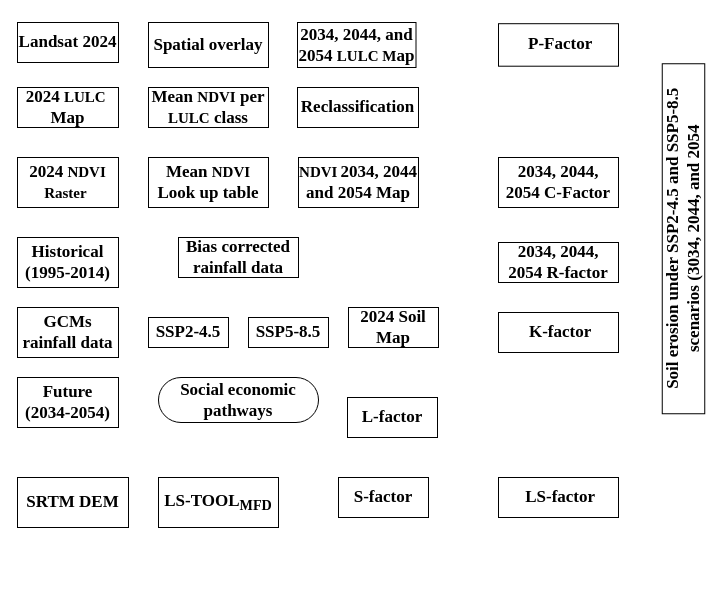
The draw.io diagram lastobj.drawio in yemioke/PRISMA2020, before the edit. Source tidied: cells renumbered, new cells numbered last; positions are measured from the earlier drawing's top-left corner, leaving out a move shared by most shapes. Both pictures are drawn from the tidied source at 100%, with x=0, y=0 at pixel (17, 22).
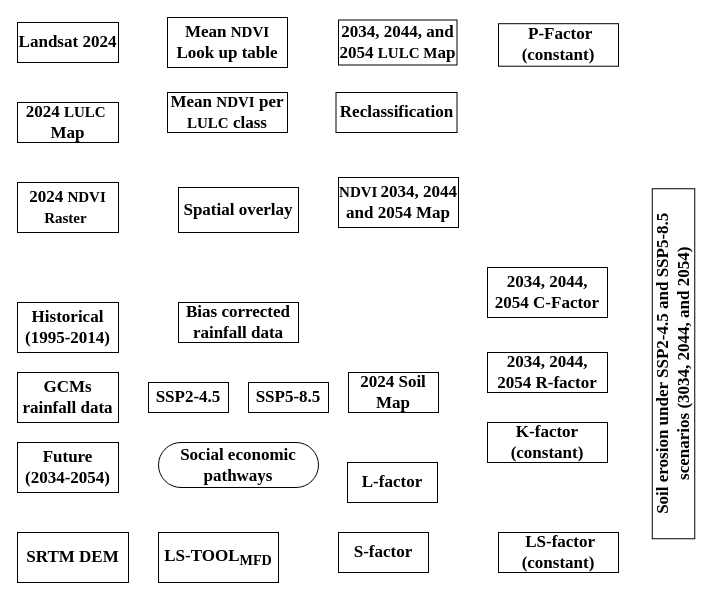
The same page after the edit.

The edit, as a diff of the source:
```diff
@@
     <mxCell id="3" value="&lt;font face=&quot;Times New Roman&quot; style=&quot;&quot;&gt;&lt;b style=&quot;&quot;&gt;&lt;span style=&quot;font-size: 17px;&quot;&gt;2024 &lt;/span&gt;&lt;font style=&quot;font-size: 15px;&quot;&gt;NDVI Raster&lt;/font&gt;&lt;span style=&quot;font-size: 17px;&quot;&gt;&amp;nbsp;&lt;/span&gt;&lt;/b&gt;&lt;/font&gt;" style="rounded=0;whiteSpace=wrap;html=1;rotation=0;" parent="1" vertex="1">
-      <mxGeometry y="135" width="101" height="50" as="geometry" />
+      <mxGeometry y="160" width="101" height="50" as="geometry" />
     </mxCell>
     <mxCell id="4" value="&lt;font face=&quot;Times New Roman&quot; style=&quot;&quot;&gt;&lt;b style=&quot;&quot;&gt;&lt;span style=&quot;font-size: 17px;&quot;&gt;2024 &lt;/span&gt;&lt;font style=&quot;font-size: 15px;&quot;&gt;LULC&amp;nbsp;&lt;/font&gt;&lt;span style=&quot;font-size: 17px;&quot;&gt; Map&lt;/span&gt;&lt;/b&gt;&lt;/font&gt;" style="rounded=0;whiteSpace=wrap;html=1;rotation=0;" parent="1" vertex="1">
-      <mxGeometry y="65" width="101" height="40" as="geometry" />
+      <mxGeometry y="80" width="101" height="40" as="geometry" />
     </mxCell>
-    <mxCell id="5" value="&lt;font face=&quot;Times New Roman&quot; style=&quot;font-size: 17px;&quot;&gt;&lt;b style=&quot;&quot;&gt;Spatial overlay&lt;/b&gt;&lt;/font&gt;" style="rounded=0;whiteSpace=wrap;html=1;" parent="1" vertex="1">
-      <mxGeometry x="131" width="120" height="45" as="geometry" />
-    </mxCell>
     <mxCell id="6" value="&lt;font face=&quot;Times New Roman&quot; style=&quot;&quot;&gt;&lt;b style=&quot;&quot;&gt;&lt;span style=&quot;font-size: 17px;&quot;&gt;Mean &lt;/span&gt;&lt;font style=&quot;font-size: 15px;&quot;&gt;NDVI&lt;/font&gt;&lt;span style=&quot;font-size: 17px;&quot;&gt; per &lt;/span&gt;&lt;font style=&quot;font-size: 15px;&quot;&gt;LULC&lt;/font&gt;&lt;span style=&quot;font-size: 17px;&quot;&gt; class&lt;/span&gt;&lt;/b&gt;&lt;/font&gt;" style="rounded=0;whiteSpace=wrap;html=1;" parent="1" vertex="1">
-      <mxGeometry x="131" y="65" width="120" height="40" as="geometry" />
+      <mxGeometry x="150" y="70" width="120" height="40" as="geometry" />
     </mxCell>
     <mxCell id="7" value="&lt;font face=&quot;Times New Roman&quot; style=&quot;&quot;&gt;&lt;b style=&quot;&quot;&gt;&lt;span style=&quot;font-size: 17px;&quot;&gt;Mean &lt;/span&gt;&lt;font style=&quot;font-size: 15px;&quot;&gt;NDVI&lt;/font&gt;&lt;span style=&quot;font-size: 17px;&quot;&gt; Look up table&lt;/span&gt;&lt;/b&gt;&lt;/font&gt;" style="rounded=0;whiteSpace=wrap;html=1;" parent="1" vertex="1">
-      <mxGeometry x="131" y="135" width="120" height="50" as="geometry" />
+      <mxGeometry x="150" y="-5" width="120" height="50" as="geometry" />
     </mxCell>
     <mxCell id="8" value="&lt;font face=&quot;Times New Roman&quot; style=&quot;font-size: 17px;&quot;&gt;&lt;b style=&quot;&quot;&gt;Reclassification&lt;/b&gt;&lt;/font&gt;" style="rounded=0;whiteSpace=wrap;html=1;" parent="1" vertex="1">
-      <mxGeometry x="280" y="65" width="121" height="40" as="geometry" />
+      <mxGeometry x="318.5" y="70" width="121" height="40" as="geometry" />
     </mxCell>
     <mxCell id="9" value="&lt;font face=&quot;Times New Roman&quot; style=&quot;&quot;&gt;&lt;b style=&quot;&quot;&gt;&lt;span style=&quot;font-size: 17px;&quot;&gt;2034, 2044, and 2054&amp;nbsp;&lt;/span&gt;&lt;font style=&quot;font-size: 15px;&quot;&gt;&lt;font style=&quot;&quot;&gt;LULC&lt;/font&gt;&amp;nbsp;M&lt;/font&gt;&lt;span style=&quot;font-size: 17px;&quot;&gt;ap&lt;/span&gt;&lt;/b&gt;&lt;/font&gt;" style="rounded=0;whiteSpace=wrap;html=1;" parent="1" vertex="1">
-      <mxGeometry x="280" width="118.5" height="45" as="geometry" />
+      <mxGeometry x="321" y="-2.5" width="118.5" height="45" as="geometry" />
     </mxCell>
     <mxCell id="10" value="&lt;font style=&quot;&quot; face=&quot;Times New Roman&quot;&gt;&lt;font style=&quot;&quot;&gt;&lt;font style=&quot;font-size: 15px;&quot;&gt;NDVI&lt;/font&gt; &lt;/font&gt;&lt;span style=&quot;font-size: 17px;&quot;&gt;2034, 2044 and 2054 Map&lt;/span&gt;&lt;/font&gt;" style="rounded=0;whiteSpace=wrap;html=1;fontStyle=1;" parent="1" vertex="1">
-      <mxGeometry x="281" y="135" width="120" height="50" as="geometry" />
+      <mxGeometry x="321" y="155" width="120" height="50" as="geometry" />
     </mxCell>
-    <mxCell id="11" value="&lt;font face=&quot;Times New Roman&quot; style=&quot;font-size: 17px;&quot;&gt;&lt;b style=&quot;&quot;&gt;&amp;nbsp;P-Factor&lt;/b&gt;&lt;/font&gt;" style="rounded=0;whiteSpace=wrap;html=1;" parent="1" vertex="1">
+    <mxCell id="11" value="&lt;font face=&quot;Times New Roman&quot; style=&quot;font-size: 17px;&quot;&gt;&lt;b style=&quot;&quot;&gt;&amp;nbsp;P-Factor (constant)&lt;/b&gt;&lt;/font&gt;" style="rounded=0;whiteSpace=wrap;html=1;" parent="1" vertex="1">
       <mxGeometry x="481" y="1.2" width="120" height="42.5" as="geometry" />
     </mxCell>
     <mxCell id="12" value="&lt;font face=&quot;Times New Roman&quot; style=&quot;font-size: 17px;&quot;&gt;&lt;b style=&quot;&quot;&gt;2034, 2044, 2054 C-Factor&lt;/b&gt;&lt;/font&gt;" style="rounded=0;whiteSpace=wrap;html=1;" parent="1" vertex="1">
-      <mxGeometry x="481" y="135" width="120" height="50" as="geometry" />
+      <mxGeometry x="470" y="245" width="120" height="50" as="geometry" />
     </mxCell>
     <mxCell id="13" value="&lt;font face=&quot;Times New Roman&quot;&gt;&lt;span style=&quot;font-size: 17px;&quot;&gt;&lt;b&gt;GCMs rainfall data&lt;/b&gt;&lt;/span&gt;&lt;/font&gt;" style="rounded=0;whiteSpace=wrap;html=1;rotation=0;" parent="1" vertex="1">
-      <mxGeometry y="285" width="101" height="50" as="geometry" />
+      <mxGeometry y="350" width="101" height="50" as="geometry" />
     </mxCell>
     <mxCell id="14" value="&lt;font face=&quot;Times New Roman&quot;&gt;&lt;span style=&quot;font-size: 17px;&quot;&gt;&lt;b&gt;Future (2034-2054)&lt;/b&gt;&lt;/span&gt;&lt;/font&gt;" style="rounded=0;whiteSpace=wrap;html=1;rotation=0;" parent="1" vertex="1">
-      <mxGeometry y="355" width="101" height="50" as="geometry" />
+      <mxGeometry y="420" width="101" height="50" as="geometry" />
     </mxCell>
     <mxCell id="15" value="&lt;font face=&quot;Times New Roman&quot;&gt;&lt;span style=&quot;font-size: 17px;&quot;&gt;&lt;b&gt;Historical (1995-2014)&lt;/b&gt;&lt;/span&gt;&lt;/font&gt;" style="rounded=0;whiteSpace=wrap;html=1;rotation=0;" parent="1" vertex="1">
-      <mxGeometry y="215" width="101" height="50" as="geometry" />
+      <mxGeometry y="280" width="101" height="50" as="geometry" />
     </mxCell>
     <mxCell id="16" value="&lt;font face=&quot;Times New Roman&quot;&gt;&lt;span style=&quot;font-size: 17px;&quot;&gt;&lt;b&gt;SSP2-4.5&lt;/b&gt;&lt;/span&gt;&lt;/font&gt;" style="rounded=0;whiteSpace=wrap;html=1;rotation=0;" parent="1" vertex="1">
-      <mxGeometry x="131" y="295" width="80" height="30" as="geometry" />
+      <mxGeometry x="131" y="360" width="80" height="30" as="geometry" />
     </mxCell>
     <mxCell id="17" value="&lt;font face=&quot;Times New Roman&quot; style=&quot;font-size: 17px;&quot;&gt;&lt;b style=&quot;&quot;&gt;Social economic pathways&lt;/b&gt;&lt;/font&gt;" style="rounded=1;whiteSpace=wrap;html=1;arcSize=50;" parent="1" vertex="1">
-      <mxGeometry x="141" y="355" width="160" height="45" as="geometry" />
+      <mxGeometry x="141" y="420" width="160" height="45" as="geometry" />
     </mxCell>
     <mxCell id="18" value="&lt;font face=&quot;Times New Roman&quot;&gt;&lt;span style=&quot;font-size: 17px;&quot;&gt;&lt;b&gt;SSP5-8.5&lt;/b&gt;&lt;/span&gt;&lt;/font&gt;" style="rounded=0;whiteSpace=wrap;html=1;rotation=0;" parent="1" vertex="1">
-      <mxGeometry x="231" y="295" width="80" height="30" as="geometry" />
+      <mxGeometry x="231" y="360" width="80" height="30" as="geometry" />
     </mxCell>
     <mxCell id="19" value="&lt;font face=&quot;Times New Roman&quot;&gt;&lt;span style=&quot;font-size: 17px;&quot;&gt;&lt;b&gt;Bias corrected rainfall data&lt;/b&gt;&lt;/span&gt;&lt;/font&gt;" style="rounded=0;whiteSpace=wrap;html=1;rotation=0;" parent="1" vertex="1">
-      <mxGeometry x="161" y="215" width="120" height="40" as="geometry" />
+      <mxGeometry x="161" y="280" width="120" height="40" as="geometry" />
     </mxCell>
     <mxCell id="20" value="&lt;font face=&quot;Times New Roman&quot;&gt;&lt;span style=&quot;font-size: 17px;&quot;&gt;&lt;b&gt;2034, 2044, 2054 R-factor&lt;/b&gt;&lt;/span&gt;&lt;/font&gt;" style="rounded=0;whiteSpace=wrap;html=1;rotation=0;" parent="1" vertex="1">
-      <mxGeometry x="481" y="220" width="120" height="40" as="geometry" />
+      <mxGeometry x="470" y="330" width="120" height="40" as="geometry" />
     </mxCell>
     <mxCell id="21" value="&lt;font face=&quot;Times New Roman&quot;&gt;&lt;span style=&quot;font-size: 17px;&quot;&gt;&lt;b&gt;2024 Soil Map&lt;/b&gt;&lt;/span&gt;&lt;/font&gt;" style="rounded=0;whiteSpace=wrap;html=1;rotation=0;" parent="1" vertex="1">
-      <mxGeometry x="331" y="285" width="90" height="40" as="geometry" />
+      <mxGeometry x="331" y="350" width="90" height="40" as="geometry" />
     </mxCell>
-    <mxCell id="22" value="&lt;font face=&quot;Times New Roman&quot;&gt;&lt;span style=&quot;font-size: 17px;&quot;&gt;&lt;b&gt;&amp;nbsp;K-factor&lt;/b&gt;&lt;/span&gt;&lt;/font&gt;" style="rounded=0;whiteSpace=wrap;html=1;rotation=0;" parent="1" vertex="1">
-      <mxGeometry x="481" y="290" width="120" height="40" as="geometry" />
+    <mxCell id="22" value="&lt;font face=&quot;Times New Roman&quot;&gt;&lt;span style=&quot;font-size: 17px;&quot;&gt;&lt;b&gt;&amp;nbsp;K-factor&amp;nbsp;&lt;/b&gt;&lt;/span&gt;&lt;/font&gt;&lt;div&gt;&lt;b style=&quot;font-family: &amp;quot;Times New Roman&amp;quot;; font-size: 17px;&quot;&gt;(constant)&lt;/b&gt;&lt;/div&gt;" style="rounded=0;whiteSpace=wrap;html=1;rotation=0;" parent="1" vertex="1">
+      <mxGeometry x="470" y="400" width="120" height="40" as="geometry" />
     </mxCell>
     <mxCell id="23" value="&lt;font face=&quot;Times New Roman&quot;&gt;&lt;span style=&quot;font-size: 17px;&quot;&gt;&lt;b&gt;SRTM DEM&lt;/b&gt;&lt;/span&gt;&lt;/font&gt;" style="rounded=0;whiteSpace=wrap;html=1;rotation=0;" parent="1" vertex="1">
-      <mxGeometry y="455" width="111" height="50" as="geometry" />
+      <mxGeometry y="510" width="111" height="50" as="geometry" />
     </mxCell>
     <mxCell id="24" value="&lt;font face=&quot;Times New Roman&quot;&gt;&lt;span style=&quot;font-size: 17px;&quot;&gt;&lt;b&gt;LS-TOOL&lt;sub&gt;MFD&lt;/sub&gt;&lt;/b&gt;&lt;/span&gt;&lt;/font&gt;" style="rounded=0;whiteSpace=wrap;html=1;rotation=0;" parent="1" vertex="1">
-      <mxGeometry x="141" y="455" width="120" height="50" as="geometry" />
+      <mxGeometry x="141" y="510" width="120" height="50" as="geometry" />
     </mxCell>
     <mxCell id="25" value="&lt;font face=&quot;Times New Roman&quot;&gt;&lt;span style=&quot;font-size: 17px;&quot;&gt;&lt;b&gt;L-factor&lt;/b&gt;&lt;/span&gt;&lt;/font&gt;" style="rounded=0;whiteSpace=wrap;html=1;rotation=0;" parent="1" vertex="1">
-      <mxGeometry x="330" y="375" width="90" height="40" as="geometry" />
+      <mxGeometry x="330" y="440" width="90" height="40" as="geometry" />
     </mxCell>
     <mxCell id="26" value="&lt;font face=&quot;Times New Roman&quot;&gt;&lt;span style=&quot;font-size: 17px;&quot;&gt;&lt;b&gt;S-factor&lt;/b&gt;&lt;/span&gt;&lt;/font&gt;" style="rounded=0;whiteSpace=wrap;html=1;rotation=0;" parent="1" vertex="1">
-      <mxGeometry x="321" y="455" width="90" height="40" as="geometry" />
+      <mxGeometry x="321" y="510" width="90" height="40" as="geometry" />
     </mxCell>
-    <mxCell id="27" value="&lt;font face=&quot;Times New Roman&quot;&gt;&lt;span style=&quot;font-size: 17px;&quot;&gt;&lt;b&gt;&amp;nbsp;LS-factor&lt;/b&gt;&lt;/span&gt;&lt;/font&gt;" style="rounded=0;whiteSpace=wrap;html=1;rotation=0;" parent="1" vertex="1">
-      <mxGeometry x="481" y="455" width="120" height="40" as="geometry" />
+    <mxCell id="27" value="&lt;font face=&quot;Times New Roman&quot;&gt;&lt;span style=&quot;font-size: 17px;&quot;&gt;&lt;b&gt;&amp;nbsp;LS-factor&lt;br&gt;&lt;/b&gt;&lt;/span&gt;&lt;/font&gt;&lt;b style=&quot;font-family: &amp;quot;Times New Roman&amp;quot;; font-size: 17px;&quot;&gt;(constant)&lt;/b&gt;&lt;font face=&quot;Times New Roman&quot;&gt;&lt;span style=&quot;font-size: 17px;&quot;&gt;&lt;b&gt;&lt;/b&gt;&lt;/span&gt;&lt;/font&gt;" style="rounded=0;whiteSpace=wrap;html=1;rotation=0;" parent="1" vertex="1">
+      <mxGeometry x="481" y="510" width="120" height="40" as="geometry" />
     </mxCell>
-    <mxCell id="28" value="&lt;font face=&quot;Times New Roman&quot; style=&quot;font-size: 17px;&quot;&gt;&lt;b style=&quot;&quot;&gt;Soil erosion under SSP2-4.5 and SSP5-8.5 scenarios (3034, 2044, and 2054&lt;/b&gt;&lt;/font&gt;" style="rounded=0;whiteSpace=wrap;html=1;rotation=-90;" parent="1" vertex="1">
-      <mxGeometry x="491" y="195" width="350" height="42.5" as="geometry" />
+    <mxCell id="28" value="&lt;font face=&quot;Times New Roman&quot; style=&quot;font-size: 17px;&quot;&gt;&lt;b style=&quot;&quot;&gt;Soil erosion under SSP2-4.5 and SSP5-8.5 scenarios (3034, 2044, and 2054)&lt;/b&gt;&lt;/font&gt;" style="rounded=0;whiteSpace=wrap;html=1;rotation=-90;" parent="1" vertex="1">
+      <mxGeometry x="481" y="320" width="350" height="42.5" as="geometry" />
     </mxCell>
+    <mxCell id="5" value="&lt;font face=&quot;Times New Roman&quot;&gt;&lt;span style=&quot;font-size: 17px;&quot;&gt;&lt;b&gt;Spatial overlay&lt;/b&gt;&lt;/span&gt;&lt;/font&gt;" style="rounded=0;whiteSpace=wrap;html=1;" parent="1" vertex="1">
+      <mxGeometry x="161" y="165" width="120" height="45" as="geometry" />
+    </mxCell>
```
